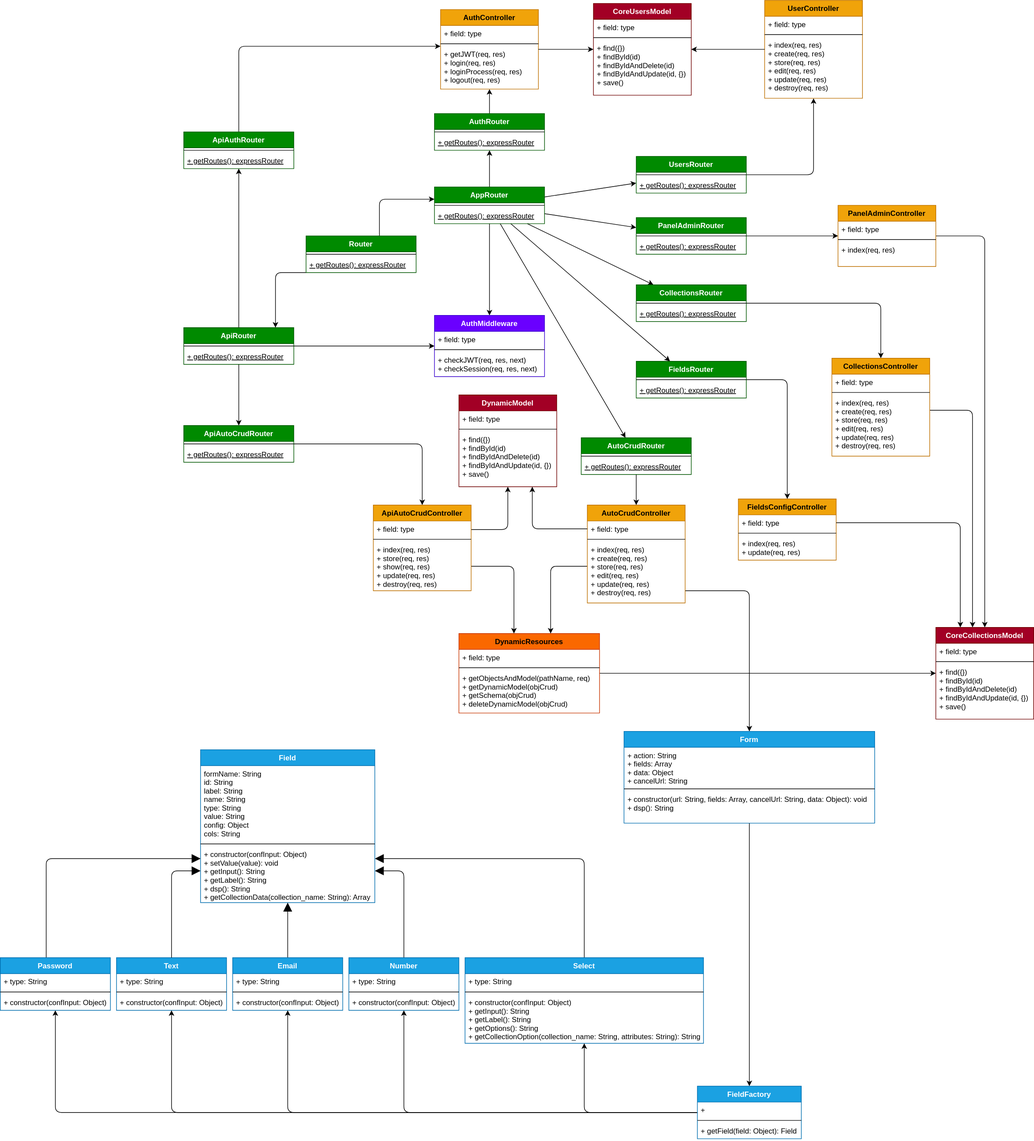
breinerhdez/form-base keeps this draw.io diagram as docs/class-d-full.svg. Above is the earlier version. Source tidied: cells renumbered, new cells last; positions are measured from the earlier drawing's top-left corner, leaving out a move shared by most shapes.
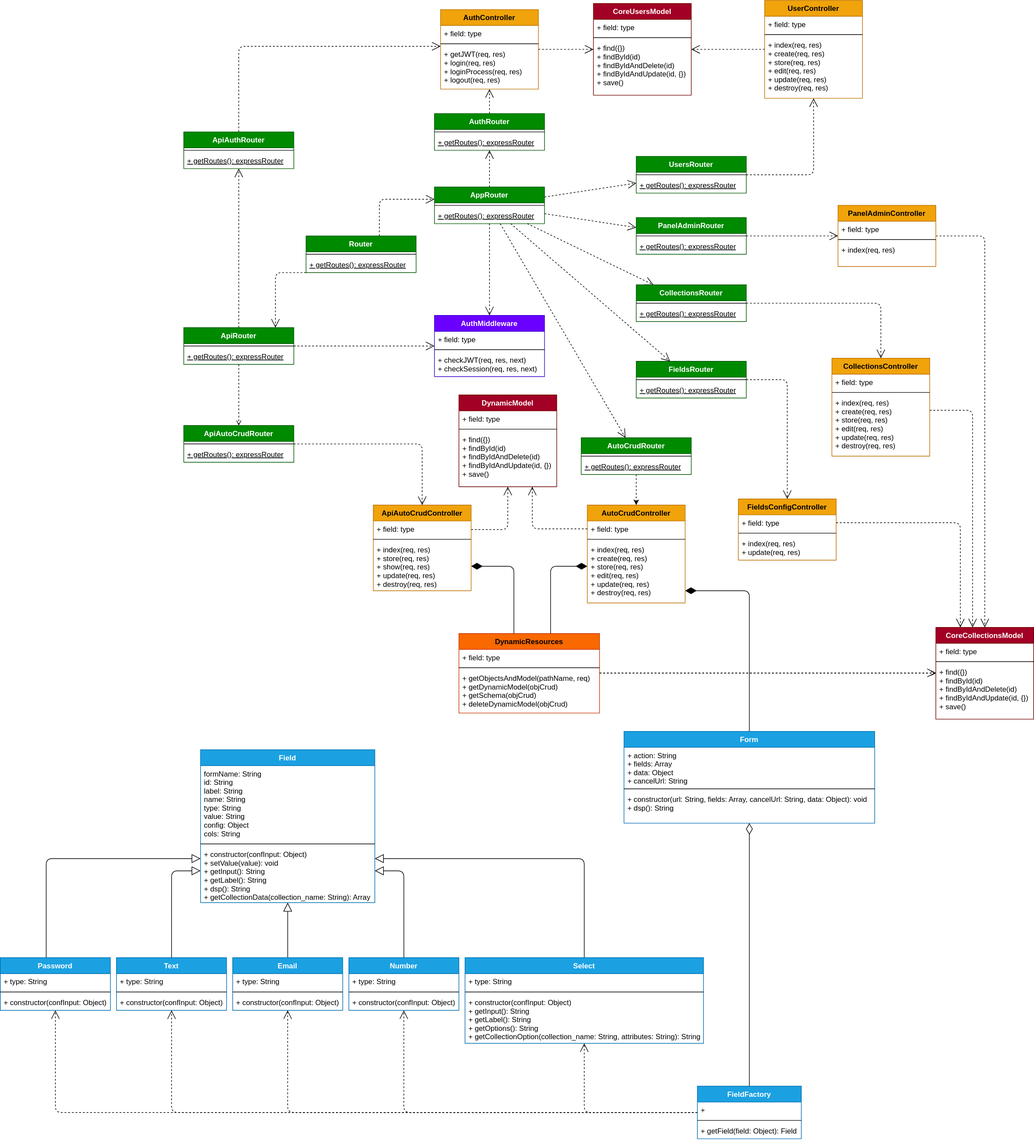
Later version of the same file.

The edit, as a diff of the source:
```diff
@@ -4,18 +4,18 @@
     <mxCell id="1" parent="0" />
-    <mxCell id="2" style="html=1;" parent="1" edge="1" source="68" target="93">
+    <mxCell id="2" style="html=1;endArrow=open;endFill=0;dashed=1;endSize=12;" parent="1" edge="1" source="68" target="93">
       <mxGeometry relative="1" as="geometry" />
     </mxCell>
-    <mxCell id="3" style="edgeStyle=none;html=1;" parent="1" edge="1" source="68" target="17">
+    <mxCell id="3" style="edgeStyle=none;html=1;endArrow=open;endFill=0;dashed=1;endSize=12;" parent="1" edge="1" source="68" target="17">
       <mxGeometry relative="1" as="geometry" />
     </mxCell>
-    <mxCell id="4" style="edgeStyle=none;html=1;startArrow=none;" parent="1" edge="1" source="103" target="25">
+    <mxCell id="4" style="edgeStyle=none;html=1;startArrow=none;endArrow=open;endFill=0;dashed=1;endSize=12;" parent="1" edge="1" source="103" target="25">
       <mxGeometry relative="1" as="geometry" />
     </mxCell>
-    <mxCell id="5" style="edgeStyle=orthogonalEdgeStyle;html=1;" parent="1" edge="1" source="86" target="30">
+    <mxCell id="5" style="edgeStyle=orthogonalEdgeStyle;html=1;dashed=1;endArrow=open;endFill=0;endSize=12;" parent="1" edge="1" source="86" target="30">
       <mxGeometry relative="1" as="geometry" />
     </mxCell>
-    <mxCell id="6" style="edgeStyle=none;html=1;" parent="1" edge="1" source="89" target="47">
+    <mxCell id="6" style="edgeStyle=none;html=1;dashed=1;endArrow=open;endFill=0;endSize=12;" parent="1" edge="1" source="89" target="47">
       <mxGeometry relative="1" as="geometry" />
     </mxCell>
-    <mxCell id="7" style="edgeStyle=orthogonalEdgeStyle;html=1;" parent="1" edge="1" source="100" target="59">
+    <mxCell id="7" style="edgeStyle=orthogonalEdgeStyle;html=1;dashed=1;endArrow=open;endFill=0;endSize=12;" parent="1" edge="1" source="100" target="59">
       <mxGeometry relative="1" as="geometry" />
@@ -46,3 +46,3 @@
     </mxCell>
-    <mxCell id="16" style="edgeStyle=orthogonalEdgeStyle;html=1;" parent="1" edge="1" source="8" target="12">
+    <mxCell id="16" style="edgeStyle=orthogonalEdgeStyle;html=1;dashed=1;endArrow=open;endFill=0;endSize=12;" parent="1" edge="1" source="8" target="12">
       <mxGeometry relative="1" as="geometry" />
@@ -85,3 +85,3 @@
     </mxCell>
-    <mxCell id="29" style="edgeStyle=orthogonalEdgeStyle;html=1;" parent="1" edge="1" source="30" target="21">
+    <mxCell id="29" style="edgeStyle=orthogonalEdgeStyle;html=1;endArrow=open;endFill=0;dashed=1;endSize=12;" parent="1" edge="1" source="30" target="21">
       <mxGeometry relative="1" as="geometry">
@@ -104,3 +104,3 @@
     </mxCell>
-    <mxCell id="34" style="edgeStyle=orthogonalEdgeStyle;html=1;" parent="1" edge="1" source="35" target="21">
+    <mxCell id="34" style="edgeStyle=orthogonalEdgeStyle;html=1;endArrow=open;endFill=0;dashed=1;" parent="1" edge="1" source="35" target="21">
       <mxGeometry relative="1" as="geometry" />
@@ -131,3 +131,3 @@
     </mxCell>
-    <mxCell id="43" style="edgeStyle=orthogonalEdgeStyle;html=1;entryX=0.5;entryY=0;entryDx=0;entryDy=0;" parent="1" edge="1" source="106" target="39">
+    <mxCell id="43" style="edgeStyle=orthogonalEdgeStyle;html=1;entryX=0.5;entryY=0;entryDx=0;entryDy=0;dashed=1;endArrow=open;endFill=0;endSize=12;" parent="1" edge="1" source="106" target="39">
       <mxGeometry relative="1" as="geometry">
@@ -138,3 +138,3 @@
     </mxCell>
-    <mxCell id="44" style="edgeStyle=orthogonalEdgeStyle;html=1;exitX=1;exitY=0.5;exitDx=0;exitDy=0;" parent="1" edge="1" source="40" target="21">
+    <mxCell id="44" style="edgeStyle=orthogonalEdgeStyle;html=1;exitX=1;exitY=0.5;exitDx=0;exitDy=0;endArrow=open;endFill=0;dashed=1;endSize=12;" parent="1" edge="1" source="40" target="21">
       <mxGeometry relative="1" as="geometry">
@@ -145,6 +145,6 @@
     </mxCell>
-    <mxCell id="45" style="html=1;edgeStyle=orthogonalEdgeStyle;" parent="1" edge="1" source="25" target="12">
+    <mxCell id="45" style="html=1;edgeStyle=orthogonalEdgeStyle;dashed=1;endArrow=open;endFill=0;endSize=12;" parent="1" edge="1" source="25" target="12">
       <mxGeometry relative="1" as="geometry" />
     </mxCell>
-    <mxCell id="46" style="edgeStyle=orthogonalEdgeStyle;html=1;" parent="1" edge="1" source="47" target="21">
+    <mxCell id="46" style="edgeStyle=orthogonalEdgeStyle;html=1;endArrow=open;endFill=0;dashed=1;endSize=12;" parent="1" edge="1" source="47" target="21">
       <mxGeometry relative="1" as="geometry">
@@ -167,3 +167,3 @@
     </mxCell>
-    <mxCell id="51" style="edgeStyle=orthogonalEdgeStyle;html=1;" parent="1" edge="1" source="53" target="35">
+    <mxCell id="51" style="edgeStyle=orthogonalEdgeStyle;html=1;endArrow=none;endFill=0;endSize=16;startArrow=diamondThin;startFill=1;startSize=16;" parent="1" edge="1" source="53" target="35">
       <mxGeometry relative="1" as="geometry">
@@ -174,3 +174,3 @@
     </mxCell>
-    <mxCell id="52" style="edgeStyle=orthogonalEdgeStyle;html=1;endArrow=classic;endFill=1;startSize=6;endSize=6;" parent="1" edge="1" source="53" target="110">
+    <mxCell id="52" style="edgeStyle=orthogonalEdgeStyle;html=1;endArrow=none;endFill=0;startSize=16;endSize=6;startArrow=diamondThin;startFill=1;" parent="1" edge="1" source="53" target="110">
       <mxGeometry relative="1" as="geometry">
@@ -193,3 +193,3 @@
     </mxCell>
-    <mxCell id="57" style="edgeStyle=orthogonalEdgeStyle;html=1;" parent="1" edge="1" source="59" target="35">
+    <mxCell id="57" style="edgeStyle=orthogonalEdgeStyle;html=1;endArrow=none;endFill=0;endSize=16;startArrow=diamondThin;startFill=1;startSize=16;" parent="1" edge="1" source="59" target="35">
       <mxGeometry relative="1" as="geometry">
@@ -200,3 +200,3 @@
     </mxCell>
-    <mxCell id="58" style="edgeStyle=orthogonalEdgeStyle;html=1;endArrow=classic;endFill=1;startSize=6;endSize=6;" parent="1" edge="1" source="59" target="152">
+    <mxCell id="58" style="edgeStyle=orthogonalEdgeStyle;html=1;endArrow=open;endFill=0;startSize=6;endSize=12;dashed=1;" parent="1" edge="1" source="59" target="152">
       <mxGeometry relative="1" as="geometry">
@@ -219,15 +219,15 @@
     </mxCell>
-    <mxCell id="63" style="edgeStyle=none;html=1;" parent="1" edge="1" source="68" target="103">
+    <mxCell id="63" style="edgeStyle=none;html=1;endArrow=open;endFill=0;dashed=1;endSize=12;" parent="1" edge="1" source="68" target="103">
       <mxGeometry relative="1" as="geometry" />
     </mxCell>
-    <mxCell id="64" style="edgeStyle=none;html=1;" parent="1" edge="1" source="68" target="89">
+    <mxCell id="64" style="edgeStyle=none;html=1;endArrow=open;endFill=0;dashed=1;endSize=12;" parent="1" edge="1" source="68" target="89">
       <mxGeometry relative="1" as="geometry" />
     </mxCell>
-    <mxCell id="65" style="edgeStyle=none;html=1;" parent="1" edge="1" source="68" target="86">
+    <mxCell id="65" style="edgeStyle=none;html=1;endArrow=open;endFill=0;dashed=1;endSize=12;" parent="1" edge="1" source="68" target="86">
       <mxGeometry relative="1" as="geometry" />
     </mxCell>
-    <mxCell id="66" style="edgeStyle=none;html=1;" parent="1" edge="1" source="68" target="106">
+    <mxCell id="66" style="edgeStyle=none;html=1;endArrow=open;endFill=0;dashed=1;endSize=12;" parent="1" edge="1" source="68" target="106">
       <mxGeometry relative="1" as="geometry" />
     </mxCell>
-    <mxCell id="67" style="edgeStyle=none;html=1;" parent="1" edge="1" source="68" target="83">
+    <mxCell id="67" style="edgeStyle=none;html=1;endArrow=open;endFill=0;dashed=1;endSize=12;" parent="1" edge="1" source="68" target="83">
       <mxGeometry relative="1" as="geometry" />
@@ -243,9 +243,9 @@
     </mxCell>
-    <mxCell id="71" style="edgeStyle=none;html=1;" parent="1" edge="1" source="74" target="17">
+    <mxCell id="71" style="edgeStyle=none;html=1;endArrow=open;endFill=0;dashed=1;endSize=12;" parent="1" edge="1" source="74" target="17">
       <mxGeometry relative="1" as="geometry" />
     </mxCell>
-    <mxCell id="72" style="edgeStyle=none;html=1;" parent="1" edge="1" source="74" target="100">
+    <mxCell id="72" style="edgeStyle=none;html=1;endArrow=open;endFill=0;dashed=1;" parent="1" edge="1" source="74" target="100">
       <mxGeometry relative="1" as="geometry" />
     </mxCell>
-    <mxCell id="73" style="edgeStyle=orthogonalEdgeStyle;html=1;" parent="1" edge="1" source="74" target="97">
+    <mxCell id="73" style="edgeStyle=orthogonalEdgeStyle;html=1;endArrow=open;endFill=0;dashed=1;endSize=12;" parent="1" edge="1" source="74" target="97">
       <mxGeometry relative="1" as="geometry" />
@@ -261,3 +261,3 @@
     </mxCell>
-    <mxCell id="77" style="edgeStyle=orthogonalEdgeStyle;html=1;" parent="1" edge="1" source="79" target="68">
+    <mxCell id="77" style="edgeStyle=orthogonalEdgeStyle;html=1;dashed=1;endArrow=open;endFill=0;endSize=12;" parent="1" edge="1" source="79" target="68">
       <mxGeometry relative="1" as="geometry">
@@ -268,3 +268,3 @@
     </mxCell>
-    <mxCell id="78" style="edgeStyle=orthogonalEdgeStyle;html=1;" parent="1" edge="1" source="79" target="74">
+    <mxCell id="78" style="edgeStyle=orthogonalEdgeStyle;html=1;endArrow=open;endFill=0;dashed=1;endSize=12;" parent="1" edge="1" source="79" target="74">
       <mxGeometry relative="1" as="geometry">
@@ -284,3 +284,3 @@
     </mxCell>
-    <mxCell id="82" style="edgeStyle=none;html=1;" parent="1" edge="1" source="83" target="53">
+    <mxCell id="82" style="edgeStyle=none;html=1;dashed=1;" parent="1" edge="1" source="83" target="53">
       <mxGeometry relative="1" as="geometry" />
@@ -314,3 +314,3 @@
     </mxCell>
-    <mxCell id="92" style="edgeStyle=orthogonalEdgeStyle;html=1;" parent="1" edge="1" source="93" target="8">
+    <mxCell id="92" style="edgeStyle=orthogonalEdgeStyle;html=1;dashed=1;endArrow=open;endFill=0;endSize=12;" parent="1" edge="1" source="93" target="8">
       <mxGeometry relative="1" as="geometry" />
@@ -326,3 +326,3 @@
     </mxCell>
-    <mxCell id="96" style="edgeStyle=orthogonalEdgeStyle;html=1;" parent="1" edge="1" source="97" target="25">
+    <mxCell id="96" style="edgeStyle=orthogonalEdgeStyle;html=1;endArrow=open;endFill=0;dashed=1;endSize=12;" parent="1" edge="1" source="97" target="25">
       <mxGeometry relative="1" as="geometry">
@@ -369,3 +369,3 @@
     </mxCell>
-    <mxCell id="109" style="edgeStyle=orthogonalEdgeStyle;html=1;endArrow=classic;endFill=1;startSize=6;endSize=6;" parent="1" edge="1" source="110" target="138">
+    <mxCell id="109" style="edgeStyle=orthogonalEdgeStyle;html=1;endArrow=none;endFill=0;startSize=16;endSize=6;startArrow=diamondThin;startFill=0;" parent="1" edge="1" source="110" target="138">
       <mxGeometry relative="1" as="geometry" />
@@ -384,3 +384,3 @@
     </mxCell>
-    <mxCell id="114" style="edgeStyle=orthogonalEdgeStyle;html=1;endArrow=block;endFill=1;startSize=6;endSize=12;" parent="1" edge="1" source="115" target="142">
+    <mxCell id="114" style="edgeStyle=orthogonalEdgeStyle;html=1;endArrow=block;endFill=0;startSize=6;endSize=12;" parent="1" edge="1" source="115" target="142">
       <mxGeometry relative="1" as="geometry" />
@@ -399,3 +399,3 @@
     </mxCell>
-    <mxCell id="119" style="edgeStyle=orthogonalEdgeStyle;html=1;endArrow=block;endFill=1;startSize=6;endSize=12;exitX=0.5;exitY=0;exitDx=0;exitDy=0;" parent="1" edge="1" source="120" target="142">
+    <mxCell id="119" style="edgeStyle=orthogonalEdgeStyle;html=1;endArrow=block;endFill=0;startSize=6;endSize=12;exitX=0.5;exitY=0;exitDx=0;exitDy=0;" parent="1" edge="1" source="120" target="142">
       <mxGeometry relative="1" as="geometry">
@@ -418,3 +418,3 @@
     </mxCell>
-    <mxCell id="124" style="edgeStyle=orthogonalEdgeStyle;html=1;endArrow=block;endFill=1;startSize=6;endSize=12;exitX=0.5;exitY=0;exitDx=0;exitDy=0;" parent="1" edge="1" source="129" target="142">
+    <mxCell id="124" style="edgeStyle=orthogonalEdgeStyle;html=1;endArrow=block;endFill=0;startSize=6;endSize=12;exitX=0.5;exitY=0;exitDx=0;exitDy=0;" parent="1" edge="1" source="129" target="142">
       <mxGeometry relative="1" as="geometry">
@@ -449,3 +449,3 @@
     </mxCell>
-    <mxCell id="133" style="edgeStyle=orthogonalEdgeStyle;html=1;endArrow=classic;endFill=1;startSize=6;endSize=6;" parent="1" edge="1" source="138" target="129">
+    <mxCell id="133" style="edgeStyle=orthogonalEdgeStyle;html=1;endArrow=open;endFill=0;startSize=6;endSize=12;dashed=1;" parent="1" edge="1" source="138" target="129">
       <mxGeometry relative="1" as="geometry">
@@ -456,12 +456,12 @@
     </mxCell>
-    <mxCell id="134" style="edgeStyle=orthogonalEdgeStyle;html=1;endArrow=classic;endFill=1;startSize=6;endSize=6;" parent="1" edge="1" source="138" target="120">
+    <mxCell id="134" style="edgeStyle=orthogonalEdgeStyle;html=1;endArrow=open;endFill=0;startSize=6;endSize=12;dashed=1;" parent="1" edge="1" source="138" target="120">
       <mxGeometry relative="1" as="geometry" />
     </mxCell>
-    <mxCell id="135" style="edgeStyle=orthogonalEdgeStyle;html=1;endArrow=classic;endFill=1;startSize=6;endSize=6;" parent="1" edge="1" source="138" target="115">
+    <mxCell id="135" style="edgeStyle=orthogonalEdgeStyle;html=1;endArrow=open;endFill=0;startSize=6;endSize=12;dashed=1;" parent="1" edge="1" source="138" target="115">
       <mxGeometry relative="1" as="geometry" />
     </mxCell>
-    <mxCell id="136" style="edgeStyle=orthogonalEdgeStyle;html=1;endArrow=classic;endFill=1;startSize=6;endSize=6;" parent="1" edge="1" source="138" target="125">
+    <mxCell id="136" style="edgeStyle=orthogonalEdgeStyle;html=1;endArrow=open;endFill=0;startSize=6;endSize=12;dashed=1;" parent="1" edge="1" source="138" target="125">
       <mxGeometry relative="1" as="geometry" />
     </mxCell>
-    <mxCell id="137" style="edgeStyle=orthogonalEdgeStyle;html=1;endArrow=classic;endFill=1;startSize=6;endSize=6;" parent="1" edge="1" source="138" target="147">
+    <mxCell id="137" style="edgeStyle=orthogonalEdgeStyle;html=1;endArrow=open;endFill=0;startSize=6;endSize=12;dashed=1;" parent="1" edge="1" source="138" target="147">
       <mxGeometry relative="1" as="geometry" />
@@ -492,3 +492,3 @@
     </mxCell>
-    <mxCell id="146" style="edgeStyle=orthogonalEdgeStyle;html=1;endArrow=block;endFill=1;startSize=6;endSize=12;" parent="1" edge="1" source="147" target="142">
+    <mxCell id="146" style="edgeStyle=orthogonalEdgeStyle;html=1;endArrow=block;endFill=0;startSize=6;endSize=12;" parent="1" edge="1" source="147" target="142">
       <mxGeometry relative="1" as="geometry">
@@ -511,3 +511,3 @@
     </mxCell>
-    <mxCell id="151" style="edgeStyle=orthogonalEdgeStyle;html=1;endArrow=block;endFill=1;startSize=6;endSize=12;exitX=0.5;exitY=0;exitDx=0;exitDy=0;" parent="1" edge="1" source="125" target="142">
+    <mxCell id="151" style="edgeStyle=orthogonalEdgeStyle;html=1;endArrow=block;endFill=0;startSize=6;endSize=12;exitX=0.5;exitY=0;exitDx=0;exitDy=0;" parent="1" edge="1" source="125" target="142">
       <mxGeometry relative="1" as="geometry">
@@ -530,3 +530,3 @@
     </mxCell>
-    <mxCell id="156" style="edgeStyle=elbowEdgeStyle;html=1;endArrow=classic;endFill=1;startSize=6;endSize=6;exitX=0;exitY=0.5;exitDx=0;exitDy=0;" parent="1" edge="1" source="54" target="155">
+    <mxCell id="156" style="edgeStyle=elbowEdgeStyle;html=1;endArrow=open;endFill=0;startSize=6;endSize=12;exitX=0;exitY=0.5;exitDx=0;exitDy=0;dashed=1;" parent="1" edge="1" source="54" target="155">
       <mxGeometry relative="1" as="geometry">
@@ -538,2 +538,8 @@
     </mxCell>
+    <mxCell id="157" style="edgeStyle=orthogonalEdgeStyle;html=1;endArrow=open;endFill=0;dashed=1;endSize=12;" parent="1" edge="1">
+      <mxGeometry relative="1" as="geometry">
+        <mxPoint x="980" y="1099.4" as="sourcePoint" />
+        <mxPoint x="1530" y="1099.4" as="targetPoint" />
+      </mxGeometry>
+    </mxCell>
   </root>
```
